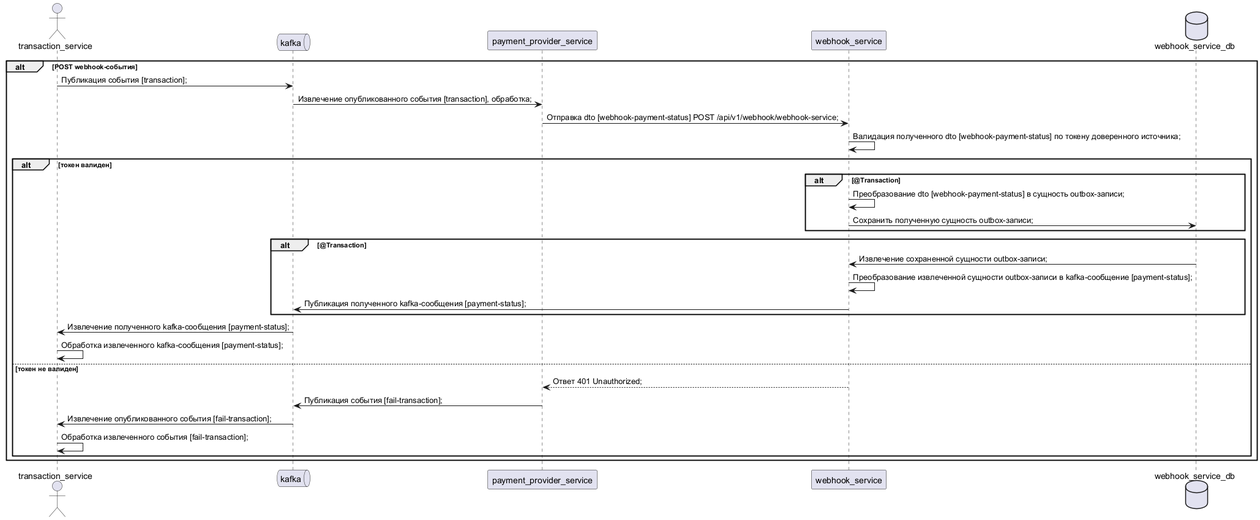
This is diagrams/webhook-sevice-interaction/post_webhook_uml.png from U-235-92/payment-system, a PlantUML export, as it was before one commit.
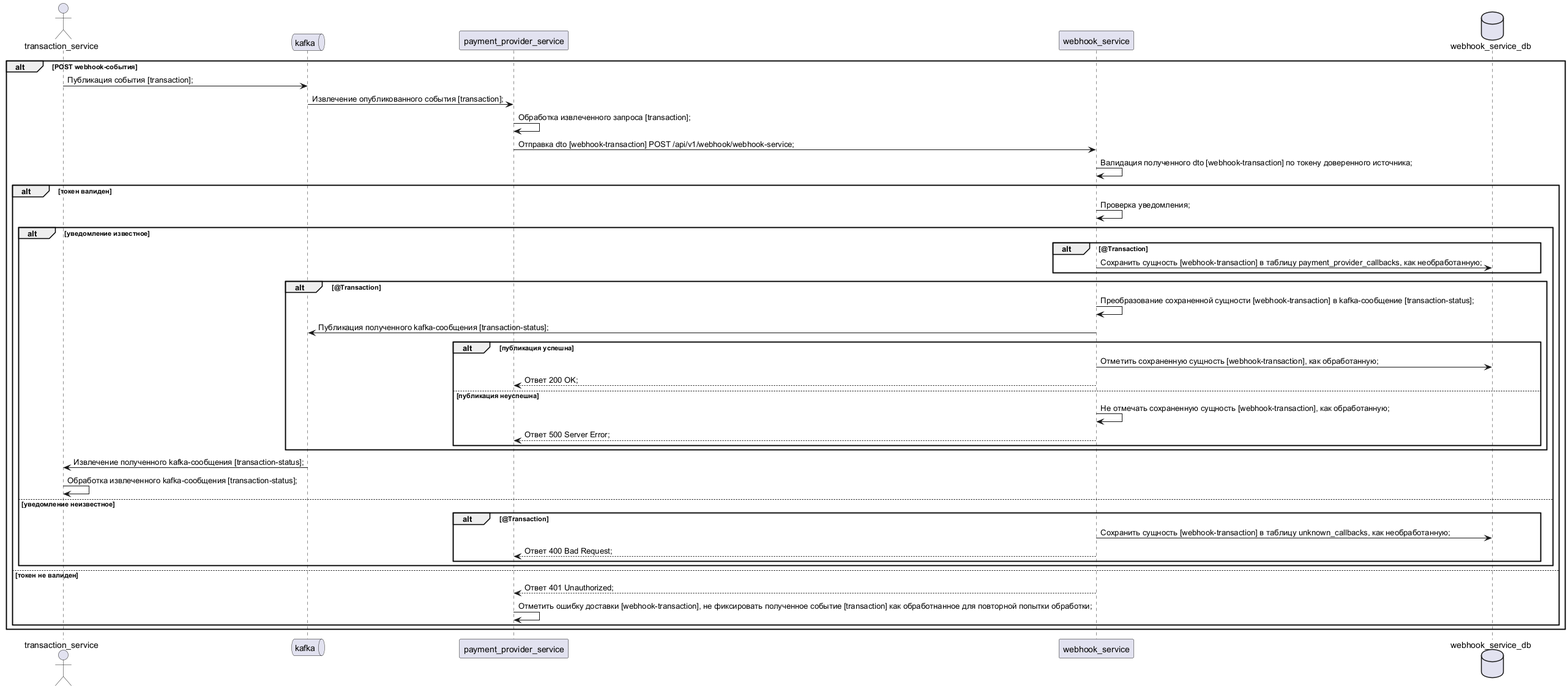
After the commit.

Commit message:
Module #7. V05_11_2026 [diagrams]. Updated UML diagrams.

Diff of the diagram source:
```diff
@@ -9,35 +9,58 @@
 alt POST webhook-события
 
 	transaction_service -> kafka : Публикация события [transaction];
-	payment_provider_service <- kafka : Извлечение опубликованного события [transaction], обработка;
-	payment_provider_service -> webhook_service : Отправка dto [webhook-payment-status] POST /api/v1/webhook/webhook-service;
+	payment_provider_service <- kafka : Извлечение опубликованного события [transaction];
+	payment_provider_service -> payment_provider_service : Обработка извлеченного запроса [transaction];
 
-	webhook_service -> webhook_service : Валидация полученного dto [webhook-payment-status] по токену доверенного источника;
+	payment_provider_service -> webhook_service : Отправка dto [webhook-transaction] POST /api/v1/webhook/webhook-service;
+
+	webhook_service -> webhook_service : Валидация полученного dto [webhook-transaction] по токену доверенного источника;
 
 	alt токен валиден
 
-		alt @Transaction
+		webhook_service -> webhook_service : Проверка уведомления;
 
-			webhook_service -> webhook_service : Преобразование dto [webhook-payment-status] в сущность outbox-записи;
-			webhook_service -> webhook_service_db : Сохранить полученную сущность outbox-записи;
+		alt уведомление известное
+
+			alt @Transaction
+
+				webhook_service -> webhook_service_db : Сохранить сущность [webhook-transaction] в таблицу payment_provider_callbacks, как необработанную;
+			end
+
+			alt @Transaction
+
+				webhook_service -> webhook_service : Преобразование сохраненной сущности [webhook-transaction] в kafka-сообщение [transaction-status];
+				webhook_service -> kafka : Публикация полученного kafka-сообщения [transaction-status];
+
+				alt публикация успешна
+
+					webhook_service -> webhook_service_db : Отметить сохраненную сущность [webhook-transaction], как обработанную;
+					webhook_service --> payment_provider_service: Ответ 200 OK;
+
+				else публикация неуспешна
+
+					webhook_service -> webhook_service : Не отмечать сохраненную сущность [webhook-transaction], как обработанную;
+					webhook_service --> payment_provider_service: Ответ 500 Server Error;
+				end
+
+			end
+
+			transaction_service <- kafka : Извлечение полученного kafka-сообщения [transaction-status];
+			transaction_service -> transaction_service : Обработка извлеченного kafka-сообщения [transaction-status];
+
+		else уведомление неизвестное
+
+			alt @Transaction
+
+				webhook_service -> webhook_service_db : Сохранить сущность [webhook-transaction] в таблицу unknown_callbacks, как необработанную;
+				webhook_service --> payment_provider_service: Ответ 400 Bad Request;
+			end
 		end
-
-		alt @Transaction
-
-			webhook_service <- webhook_service_db : Извлечение сохраненной сущности outbox-записи;
-			webhook_service -> webhook_service : Преобразование извлеченной сущности outbox-записи в kafka-сообщение [payment-status];
-			webhook_service -> kafka : Публикация полученного kafka-сообщения [payment-status];
-		end
-
-		transaction_service <- kafka : Извлечение полученного kafka-сообщения [payment-status];
-		transaction_service -> transaction_service : Обработка извлеченного kafka-сообщения [payment-status];
 
 	else токен не валиден
 
 		webhook_service --> payment_provider_service : Ответ 401 Unauthorized;
-		payment_provider_service -> kafka : Публикация события [fail-transaction];
-		transaction_service <- kafka : Извлечение опубликованного события [fail-transaction];
-		transaction_service -> transaction_service : Обработка извлеченного события [fail-transaction];
+		payment_provider_service -> payment_provider_service : Отметить ошибку доставки [webhook-transaction], не фиксировать полученное событие [transaction] как обработнанное для повторной попытки обработки;
 	end
 end
 
```
